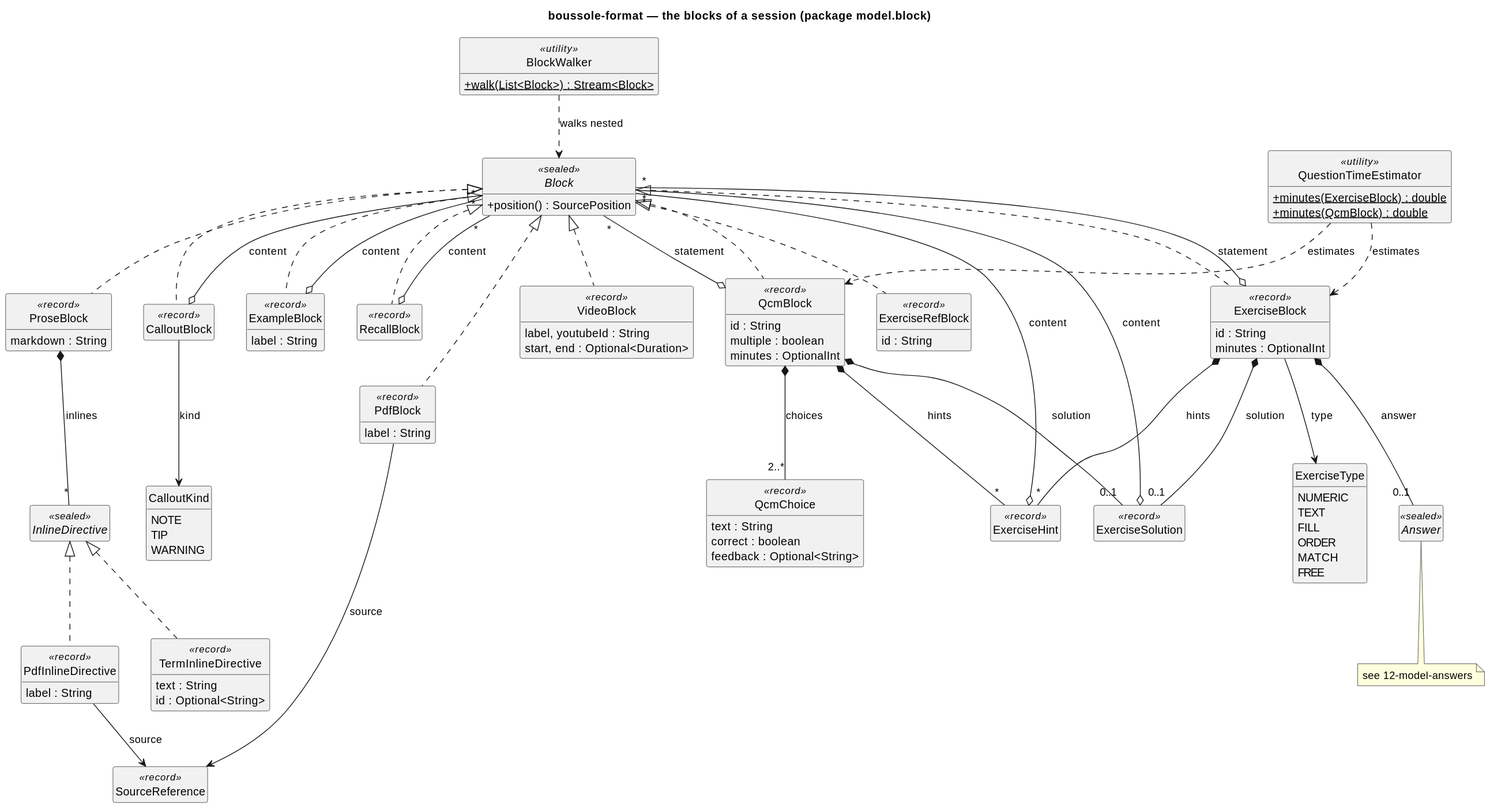
Before: docs/diagrams/11-model-blocks.svg, a diagram exported from PlantUML (lucasssoh/Boussole).
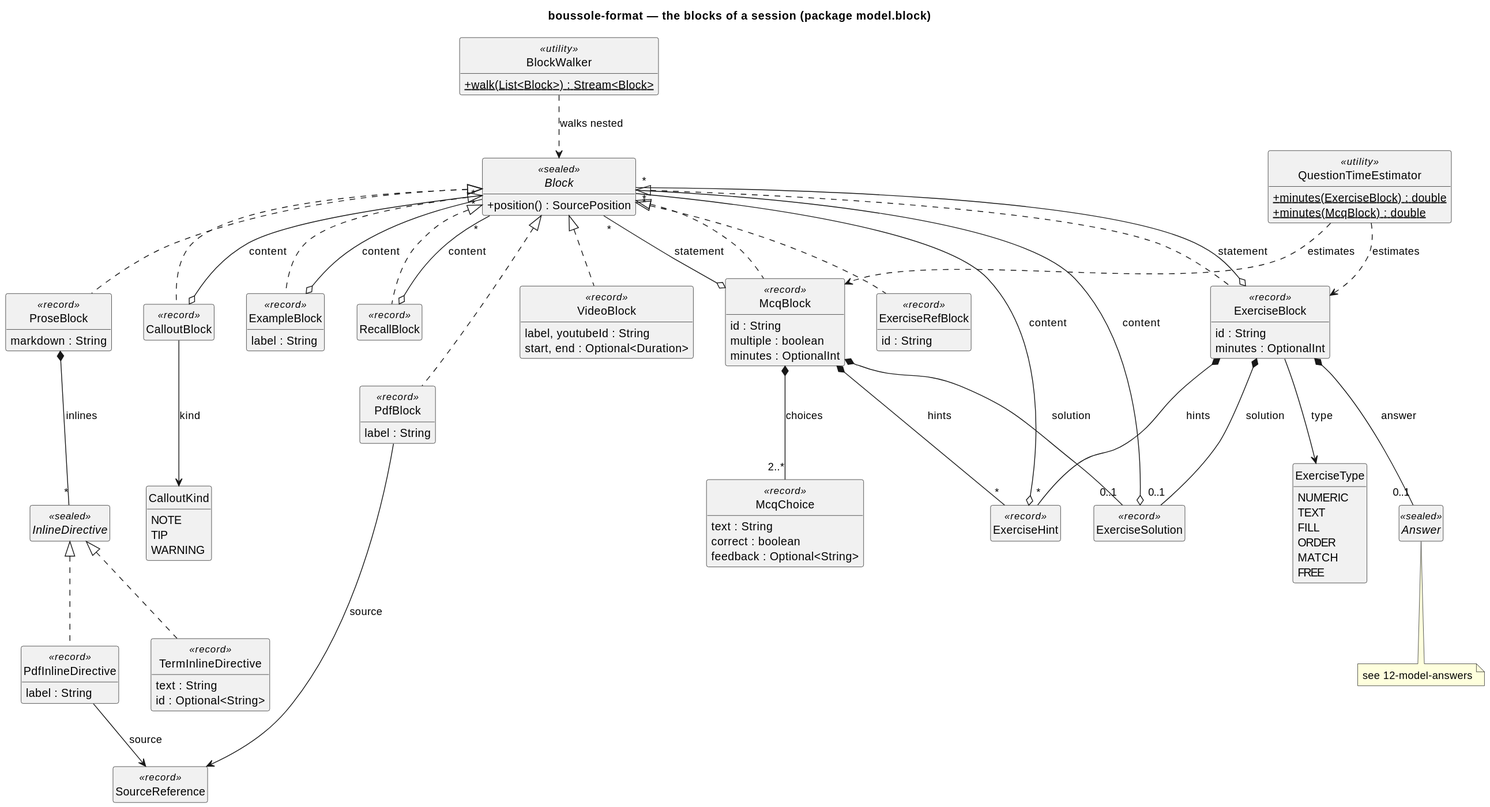
After the commit.

Diff of the diagram source:
```diff
@@ -50,12 +50,12 @@
   MATCH
   FREE
 }
-class QcmBlock <<record>> {
+class McqBlock <<record>> {
   id : String
   multiple : boolean
   minutes : OptionalInt
 }
-class QcmChoice <<record>> {
+class McqChoice <<record>> {
   text : String
   correct : boolean
   feedback : Optional<String>
@@ -70,7 +70,7 @@
 }
 class QuestionTimeEstimator <<utility>> {
   +{static} minutes(ExerciseBlock) : double
-  +{static} minutes(QcmBlock) : double
+  +{static} minutes(McqBlock) : double
 }
 class SourceReference <<record>>
 interface Answer <<sealed>>
@@ -83,7 +83,7 @@
 Block <|.. VideoBlock
 Block <|.. PdfBlock
 Block <|.. ExerciseBlock
-Block <|.. QcmBlock
+Block <|.. McqBlock
 Block <|.. ExerciseRefBlock
 
 ProseBlock *-- "*" InlineDirective : inlines
@@ -102,14 +102,14 @@
 ExerciseBlock *-- "0..1" Answer : answer
 ExerciseBlock *-- "*" ExerciseHint : hints
 ExerciseBlock *-- "0..1" ExerciseSolution : solution
-QcmBlock o-- "*" Block : statement
-QcmBlock *-- "2..*" QcmChoice : choices
-QcmBlock *-- "*" ExerciseHint : hints
-QcmBlock *-- "0..1" ExerciseSolution : solution
+McqBlock o-- "*" Block : statement
+McqBlock *-- "2..*" McqChoice : choices
+McqBlock *-- "*" ExerciseHint : hints
+McqBlock *-- "0..1" ExerciseSolution : solution
 ExerciseHint o-- "*" Block : content
 ExerciseSolution o-- "*" Block : content
 
 BlockWalker ..> Block : walks nested
 QuestionTimeEstimator ..> ExerciseBlock : estimates
-QuestionTimeEstimator ..> QcmBlock : estimates
+QuestionTimeEstimator ..> McqBlock : estimates
 @enduml
```
